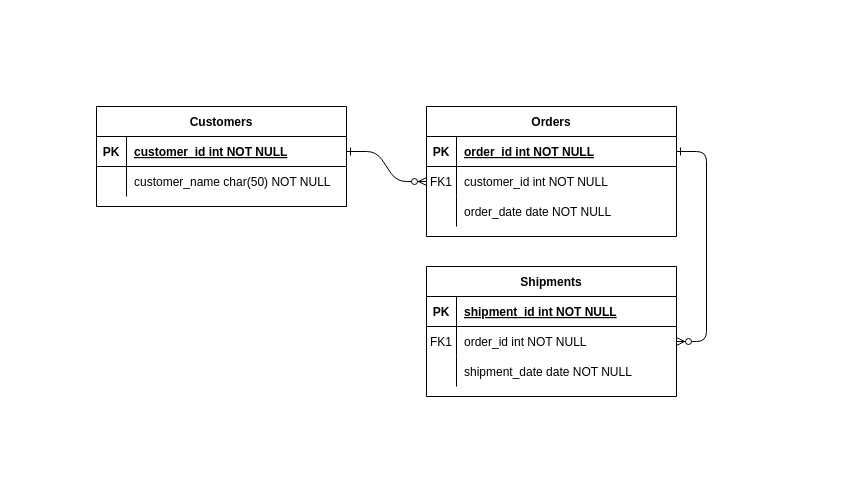
This is Untitled Diagram.drawio from Ivy-coder-tech/zero_day, a draw.io file, before an edit. Source tidied: cells renumbered, new cells numbered last; positions are measured from the earlier drawing's top-left corner, leaving out a move shared by most shapes. Both pictures are drawn from the tidied source at 100%, with x=0, y=0 at pixel (96, 106).
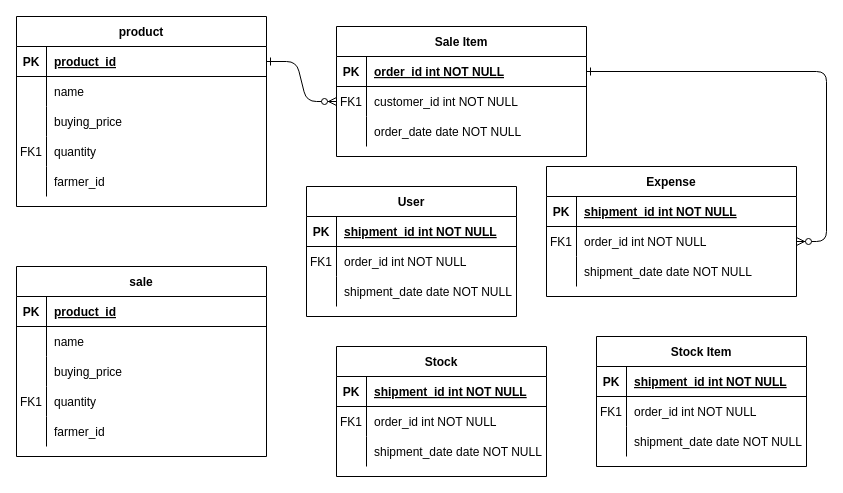
The same diagram, later.

Unchanged cells that the change refers to:
```xml
<mxCell id="25" style="shape=partialRectangle;fillColor=none;points=[[0,0.5],[1,0.5]];portConstraint=eastwest;top=0;left=0;right=0;bottom=1;" parent="24" vertex="1">
  <mxGeometry y="30" width="250" height="30" as="geometry" />
</mxCell>
<mxCell id="28" style="shape=partialRectangle;fillColor=none;top=0;left=0;right=0;bottom=0;" parent="24" vertex="1">
  <mxGeometry y="60" width="250" height="30" as="geometry" />
</mxCell>
```

The edit, as a diff of the source:
```diff
@@
-    <mxCell id="4" value="Orders" style="shape=table;startSize=30;childLayout=tableLayout;rowLines=0;fontStyle=1;align=center;" parent="1" vertex="1">
-      <mxGeometry x="330" width="250" height="130" as="geometry" />
+    <mxCell id="4" value="Sale Item" style="shape=table;startSize=30;childLayout=tableLayout;rowLines=0;fontStyle=1;align=center;" parent="1" vertex="1">
+      <mxGeometry x="240" y="-80" width="250" height="130" as="geometry" />
     </mxCell>
@@
-    <mxCell id="14" value="Shipments" style="shape=table;startSize=30;childLayout=tableLayout;rowLines=0;fontStyle=1;align=center;" parent="1" vertex="1">
-      <mxGeometry x="330" y="160" width="250" height="130" as="geometry" />
+    <mxCell id="14" value="Expense" style="shape=table;startSize=30;childLayout=tableLayout;rowLines=0;fontStyle=1;align=center;" parent="1" vertex="1">
+      <mxGeometry x="450" y="60" width="250" height="130" as="geometry" />
     </mxCell>
@@
-    <mxCell id="24" value="Customers" style="shape=table;startSize=30;childLayout=tableLayout;rowLines=0;fontStyle=1;align=center;" parent="1" vertex="1">
-      <mxGeometry width="250" height="100" as="geometry" />
+    <mxCell id="24" value="product" style="shape=table;startSize=30;childLayout=tableLayout;rowLines=0;fontStyle=1;align=center;" parent="1" vertex="1">
+      <mxGeometry x="-80" y="-90" width="250" height="190" as="geometry" />
     </mxCell>
@@
-    <mxCell id="27" value="customer_id int NOT NULL " style="shape=partialRectangle;overflow=hidden;fillColor=none;top=0;left=0;bottom=0;right=0;align=left;spacingLeft=6;fontStyle=5;" parent="25" vertex="1">
+    <mxCell id="27" value="product_id" style="shape=partialRectangle;overflow=hidden;fillColor=none;top=0;left=0;bottom=0;right=0;align=left;spacingLeft=6;fontStyle=5;" parent="25" vertex="1">
       <mxGeometry x="30" width="220" height="30" as="geometry" />
     </mxCell>
@@
-    <mxCell id="30" value="customer_name char(50) NOT NULL" style="shape=partialRectangle;overflow=hidden;fillColor=none;top=0;left=0;bottom=0;right=0;align=left;spacingLeft=6;" parent="28" vertex="1">
+    <mxCell id="30" value="name" style="shape=partialRectangle;overflow=hidden;fillColor=none;top=0;left=0;bottom=0;right=0;align=left;spacingLeft=6;" parent="28" vertex="1">
       <mxGeometry x="30" width="220" height="30" as="geometry" />
     </mxCell>
+    <mxCell id="31" style="shape=partialRectangle;fillColor=none;top=0;left=0;right=0;bottom=0;" parent="24" vertex="1">
+      <mxGeometry y="90" width="250" height="30" as="geometry" />
+    </mxCell>
+    <mxCell id="32" style="shape=partialRectangle;overflow=hidden;fillColor=none;top=0;left=0;bottom=0;right=0;" parent="31" vertex="1">
+      <mxGeometry width="30" height="30" as="geometry" />
+    </mxCell>
+    <mxCell id="33" value="buying_price" style="shape=partialRectangle;overflow=hidden;fillColor=none;top=0;left=0;bottom=0;right=0;align=left;spacingLeft=6;" parent="31" vertex="1">
+      <mxGeometry x="30" width="220" height="30" as="geometry" />
+    </mxCell>
+    <mxCell id="34" style="shape=partialRectangle;fillColor=none;top=0;left=0;right=0;bottom=0;" parent="24" vertex="1">
+      <mxGeometry y="120" width="250" height="30" as="geometry" />
+    </mxCell>
+    <mxCell id="35" value="FK1" style="shape=partialRectangle;overflow=hidden;fillColor=none;top=0;left=0;bottom=0;right=0;" parent="34" vertex="1">
+      <mxGeometry width="30" height="30" as="geometry" />
+    </mxCell>
+    <mxCell id="36" value="quantity" style="shape=partialRectangle;overflow=hidden;fillColor=none;top=0;left=0;bottom=0;right=0;align=left;spacingLeft=6;" parent="34" vertex="1">
+      <mxGeometry x="30" width="220" height="30" as="geometry" />
+    </mxCell>
+    <mxCell id="37" style="shape=partialRectangle;fillColor=none;top=0;left=0;right=0;bottom=0;" parent="24" vertex="1">
+      <mxGeometry y="150" width="250" height="30" as="geometry" />
+    </mxCell>
+    <mxCell id="38" style="shape=partialRectangle;overflow=hidden;fillColor=none;top=0;left=0;bottom=0;right=0;" parent="37" vertex="1">
+      <mxGeometry width="30" height="30" as="geometry" />
+    </mxCell>
+    <mxCell id="39" value="farmer_id" style="shape=partialRectangle;overflow=hidden;fillColor=none;top=0;left=0;bottom=0;right=0;align=left;spacingLeft=6;" parent="37" vertex="1">
+      <mxGeometry x="30" width="220" height="30" as="geometry" />
+    </mxCell>
+    <mxCell id="40" value="sale" style="shape=table;startSize=30;childLayout=tableLayout;rowLines=0;fontStyle=1;align=center;" parent="1" vertex="1">
+      <mxGeometry x="-80" y="160" width="250" height="190" as="geometry" />
+    </mxCell>
+    <mxCell id="41" style="shape=partialRectangle;fillColor=none;top=0;left=0;right=0;bottom=1;" parent="40" vertex="1">
+      <mxGeometry y="30" width="250" height="30" as="geometry" />
+    </mxCell>
+    <mxCell id="42" value="PK" style="shape=partialRectangle;overflow=hidden;fillColor=none;top=0;left=0;bottom=0;right=0;fontStyle=1;" parent="41" vertex="1">
+      <mxGeometry width="30" height="30" as="geometry" />
+    </mxCell>
+    <mxCell id="43" value="product_id" style="shape=partialRectangle;overflow=hidden;fillColor=none;top=0;left=0;bottom=0;right=0;align=left;spacingLeft=6;fontStyle=5;" parent="41" vertex="1">
+      <mxGeometry x="30" width="220" height="30" as="geometry" />
+    </mxCell>
+    <mxCell id="44" style="shape=partialRectangle;fillColor=none;top=0;left=0;right=0;bottom=0;" parent="40" vertex="1">
+      <mxGeometry y="60" width="250" height="30" as="geometry" />
+    </mxCell>
+    <mxCell id="45" style="shape=partialRectangle;overflow=hidden;fillColor=none;top=0;left=0;bottom=0;right=0;" parent="44" vertex="1">
+      <mxGeometry width="30" height="30" as="geometry" />
+    </mxCell>
+    <mxCell id="46" value="name" style="shape=partialRectangle;overflow=hidden;fillColor=none;top=0;left=0;bottom=0;right=0;align=left;spacingLeft=6;" parent="44" vertex="1">
+      <mxGeometry x="30" width="220" height="30" as="geometry" />
+    </mxCell>
+    <mxCell id="47" style="shape=partialRectangle;fillColor=none;top=0;left=0;right=0;bottom=0;" parent="40" vertex="1">
+      <mxGeometry y="90" width="250" height="30" as="geometry" />
+    </mxCell>
+    <mxCell id="48" style="shape=partialRectangle;overflow=hidden;fillColor=none;top=0;left=0;bottom=0;right=0;" parent="47" vertex="1">
+      <mxGeometry width="30" height="30" as="geometry" />
+    </mxCell>
+    <mxCell id="49" value="buying_price" style="shape=partialRectangle;overflow=hidden;fillColor=none;top=0;left=0;bottom=0;right=0;align=left;spacingLeft=6;" parent="47" vertex="1">
+      <mxGeometry x="30" width="220" height="30" as="geometry" />
+    </mxCell>
+    <mxCell id="50" style="shape=partialRectangle;fillColor=none;top=0;left=0;right=0;bottom=0;" parent="40" vertex="1">
+      <mxGeometry y="120" width="250" height="30" as="geometry" />
+    </mxCell>
+    <mxCell id="51" value="FK1" style="shape=partialRectangle;overflow=hidden;fillColor=none;top=0;left=0;bottom=0;right=0;" parent="50" vertex="1">
+      <mxGeometry width="30" height="30" as="geometry" />
+    </mxCell>
+    <mxCell id="52" value="quantity" style="shape=partialRectangle;overflow=hidden;fillColor=none;top=0;left=0;bottom=0;right=0;align=left;spacingLeft=6;" parent="50" vertex="1">
+      <mxGeometry x="30" width="220" height="30" as="geometry" />
+    </mxCell>
+    <mxCell id="53" style="shape=partialRectangle;fillColor=none;top=0;left=0;right=0;bottom=0;" parent="40" vertex="1">
+      <mxGeometry y="150" width="250" height="30" as="geometry" />
+    </mxCell>
+    <mxCell id="54" style="shape=partialRectangle;overflow=hidden;fillColor=none;top=0;left=0;bottom=0;right=0;" parent="53" vertex="1">
+      <mxGeometry width="30" height="30" as="geometry" />
+    </mxCell>
+    <mxCell id="55" value="farmer_id" style="shape=partialRectangle;overflow=hidden;fillColor=none;top=0;left=0;bottom=0;right=0;align=left;spacingLeft=6;" parent="53" vertex="1">
+      <mxGeometry x="30" width="220" height="30" as="geometry" />
+    </mxCell>
+    <mxCell id="56" value="User" style="shape=table;startSize=30;childLayout=tableLayout;rowLines=0;fontStyle=1;align=center;" parent="1" vertex="1">
+      <mxGeometry x="210" y="80" width="210" height="130" as="geometry" />
+    </mxCell>
+    <mxCell id="57" style="shape=partialRectangle;fillColor=none;top=0;left=0;right=0;bottom=1;" parent="56" vertex="1">
+      <mxGeometry y="30" width="210" height="30" as="geometry" />
+    </mxCell>
+    <mxCell id="58" value="PK" style="shape=partialRectangle;overflow=hidden;fillColor=none;top=0;left=0;bottom=0;right=0;fontStyle=1;" parent="57" vertex="1">
+      <mxGeometry width="30" height="30" as="geometry" />
+    </mxCell>
+    <mxCell id="59" value="shipment_id int NOT NULL " style="shape=partialRectangle;overflow=hidden;fillColor=none;top=0;left=0;bottom=0;right=0;align=left;spacingLeft=6;fontStyle=5;" parent="57" vertex="1">
+      <mxGeometry x="30" width="180" height="30" as="geometry" />
+    </mxCell>
+    <mxCell id="60" style="shape=partialRectangle;fillColor=none;top=0;left=0;right=0;bottom=0;" parent="56" vertex="1">
+      <mxGeometry y="60" width="210" height="30" as="geometry" />
+    </mxCell>
+    <mxCell id="61" value="FK1" style="shape=partialRectangle;overflow=hidden;fillColor=none;top=0;left=0;bottom=0;right=0;" parent="60" vertex="1">
+      <mxGeometry width="30" height="30" as="geometry" />
+    </mxCell>
+    <mxCell id="62" value="order_id int NOT NULL" style="shape=partialRectangle;overflow=hidden;fillColor=none;top=0;left=0;bottom=0;right=0;align=left;spacingLeft=6;" parent="60" vertex="1">
+      <mxGeometry x="30" width="180" height="30" as="geometry" />
+    </mxCell>
+    <mxCell id="63" style="shape=partialRectangle;fillColor=none;top=0;left=0;right=0;bottom=0;" parent="56" vertex="1">
+      <mxGeometry y="90" width="210" height="30" as="geometry" />
+    </mxCell>
+    <mxCell id="64" style="shape=partialRectangle;overflow=hidden;fillColor=none;top=0;left=0;bottom=0;right=0;" parent="63" vertex="1">
+      <mxGeometry width="30" height="30" as="geometry" />
+    </mxCell>
+    <mxCell id="65" value="shipment_date date NOT NULL" style="shape=partialRectangle;overflow=hidden;fillColor=none;top=0;left=0;bottom=0;right=0;align=left;spacingLeft=6;" parent="63" vertex="1">
+      <mxGeometry x="30" width="180" height="30" as="geometry" />
+    </mxCell>
+    <mxCell id="66" value="Stock Item" style="shape=table;startSize=30;childLayout=tableLayout;rowLines=0;fontStyle=1;align=center;" parent="1" vertex="1">
+      <mxGeometry x="500" y="230" width="210" height="130" as="geometry" />
+    </mxCell>
+    <mxCell id="67" style="shape=partialRectangle;fillColor=none;top=0;left=0;right=0;bottom=1;" parent="66" vertex="1">
+      <mxGeometry y="30" width="210" height="30" as="geometry" />
+    </mxCell>
+    <mxCell id="68" value="PK" style="shape=partialRectangle;overflow=hidden;fillColor=none;top=0;left=0;bottom=0;right=0;fontStyle=1;" parent="67" vertex="1">
+      <mxGeometry width="30" height="30" as="geometry" />
+    </mxCell>
+    <mxCell id="69" value="shipment_id int NOT NULL " style="shape=partialRectangle;overflow=hidden;fillColor=none;top=0;left=0;bottom=0;right=0;align=left;spacingLeft=6;fontStyle=5;" parent="67" vertex="1">
+      <mxGeometry x="30" width="180" height="30" as="geometry" />
+    </mxCell>
+    <mxCell id="70" style="shape=partialRectangle;fillColor=none;top=0;left=0;right=0;bottom=0;" parent="66" vertex="1">
+      <mxGeometry y="60" width="210" height="30" as="geometry" />
+    </mxCell>
+    <mxCell id="71" value="FK1" style="shape=partialRectangle;overflow=hidden;fillColor=none;top=0;left=0;bottom=0;right=0;" parent="70" vertex="1">
+      <mxGeometry width="30" height="30" as="geometry" />
+    </mxCell>
+    <mxCell id="72" value="order_id int NOT NULL" style="shape=partialRectangle;overflow=hidden;fillColor=none;top=0;left=0;bottom=0;right=0;align=left;spacingLeft=6;" parent="70" vertex="1">
+      <mxGeometry x="30" width="180" height="30" as="geometry" />
+    </mxCell>
+    <mxCell id="73" style="shape=partialRectangle;fillColor=none;top=0;left=0;right=0;bottom=0;" parent="66" vertex="1">
+      <mxGeometry y="90" width="210" height="30" as="geometry" />
+    </mxCell>
+    <mxCell id="74" style="shape=partialRectangle;overflow=hidden;fillColor=none;top=0;left=0;bottom=0;right=0;" parent="73" vertex="1">
+      <mxGeometry width="30" height="30" as="geometry" />
+    </mxCell>
+    <mxCell id="75" value="shipment_date date NOT NULL" style="shape=partialRectangle;overflow=hidden;fillColor=none;top=0;left=0;bottom=0;right=0;align=left;spacingLeft=6;" parent="73" vertex="1">
+      <mxGeometry x="30" width="180" height="30" as="geometry" />
+    </mxCell>
+    <mxCell id="76" value="Stock" style="shape=table;startSize=30;childLayout=tableLayout;rowLines=0;fontStyle=1;align=center;" parent="1" vertex="1">
+      <mxGeometry x="240" y="240" width="210" height="130" as="geometry" />
+    </mxCell>
+    <mxCell id="77" style="shape=partialRectangle;fillColor=none;top=0;left=0;right=0;bottom=1;" parent="76" vertex="1">
+      <mxGeometry y="30" width="210" height="30" as="geometry" />
+    </mxCell>
+    <mxCell id="78" value="PK" style="shape=partialRectangle;overflow=hidden;fillColor=none;top=0;left=0;bottom=0;right=0;fontStyle=1;" parent="77" vertex="1">
+      <mxGeometry width="30" height="30" as="geometry" />
+    </mxCell>
+    <mxCell id="79" value="shipment_id int NOT NULL " style="shape=partialRectangle;overflow=hidden;fillColor=none;top=0;left=0;bottom=0;right=0;align=left;spacingLeft=6;fontStyle=5;" parent="77" vertex="1">
+      <mxGeometry x="30" width="180" height="30" as="geometry" />
+    </mxCell>
+    <mxCell id="80" style="shape=partialRectangle;fillColor=none;top=0;left=0;right=0;bottom=0;" parent="76" vertex="1">
+      <mxGeometry y="60" width="210" height="30" as="geometry" />
+    </mxCell>
+    <mxCell id="81" value="FK1" style="shape=partialRectangle;overflow=hidden;fillColor=none;top=0;left=0;bottom=0;right=0;" parent="80" vertex="1">
+      <mxGeometry width="30" height="30" as="geometry" />
+    </mxCell>
+    <mxCell id="82" value="order_id int NOT NULL" style="shape=partialRectangle;overflow=hidden;fillColor=none;top=0;left=0;bottom=0;right=0;align=left;spacingLeft=6;" parent="80" vertex="1">
+      <mxGeometry x="30" width="180" height="30" as="geometry" />
+    </mxCell>
+    <mxCell id="83" style="shape=partialRectangle;fillColor=none;top=0;left=0;right=0;bottom=0;" parent="76" vertex="1">
+      <mxGeometry y="90" width="210" height="30" as="geometry" />
+    </mxCell>
+    <mxCell id="84" style="shape=partialRectangle;overflow=hidden;fillColor=none;top=0;left=0;bottom=0;right=0;" parent="83" vertex="1">
+      <mxGeometry width="30" height="30" as="geometry" />
+    </mxCell>
+    <mxCell id="85" value="shipment_date date NOT NULL" style="shape=partialRectangle;overflow=hidden;fillColor=none;top=0;left=0;bottom=0;right=0;align=left;spacingLeft=6;" parent="83" vertex="1">
+      <mxGeometry x="30" width="180" height="30" as="geometry" />
+    </mxCell>
```
